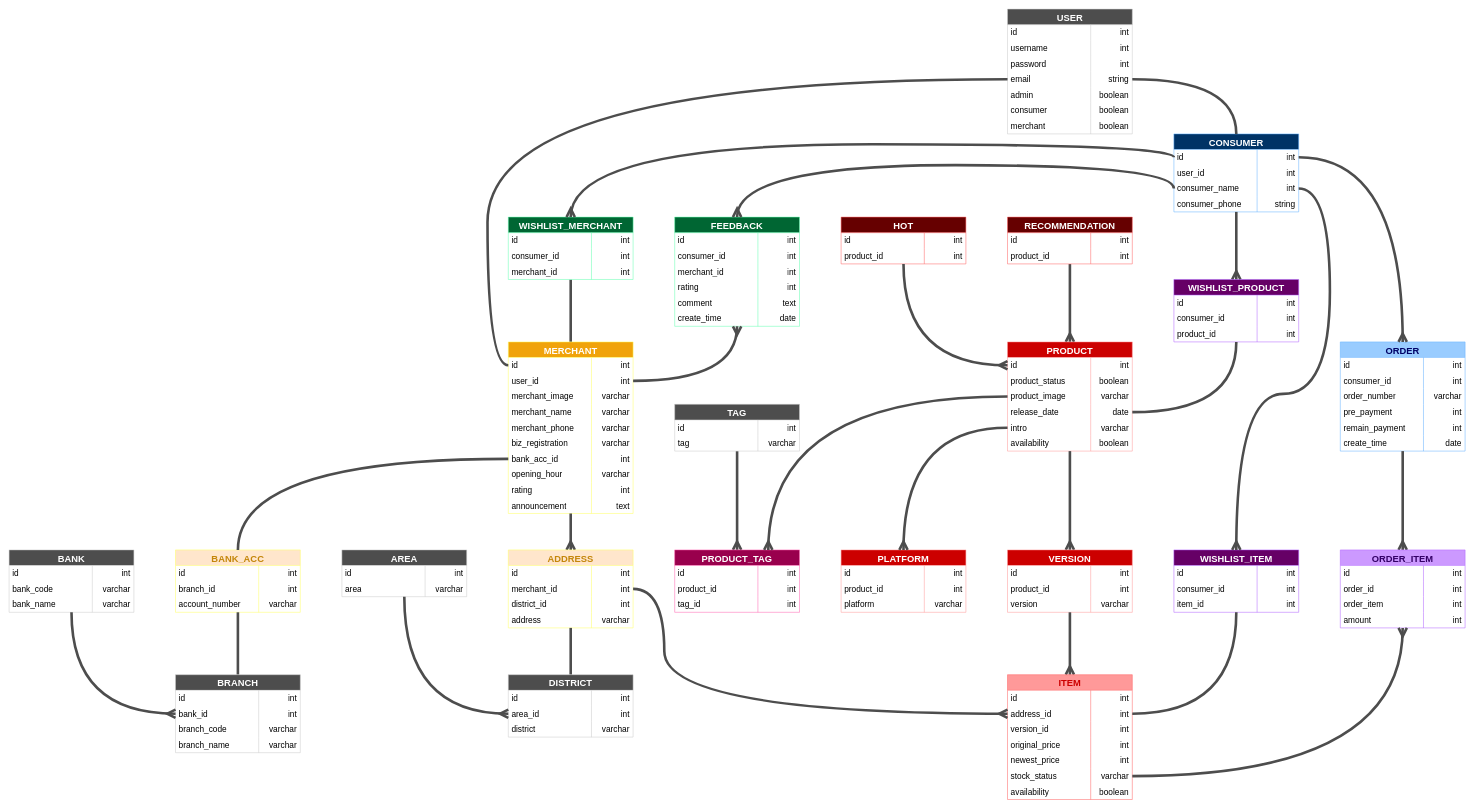
Earlier version of the draw.io diagram guideline/sql_diagram/erd.drawio (Wils0nLin/FRD-Project). Source tidied: cells renumbered, new cells numbered last; positions are measured from the earlier drawing's top-left corner, leaving out a move shared by most shapes. Both pictures are drawn from the tidied source at 52%, with x=0, y=0 at pixel (9, 9).
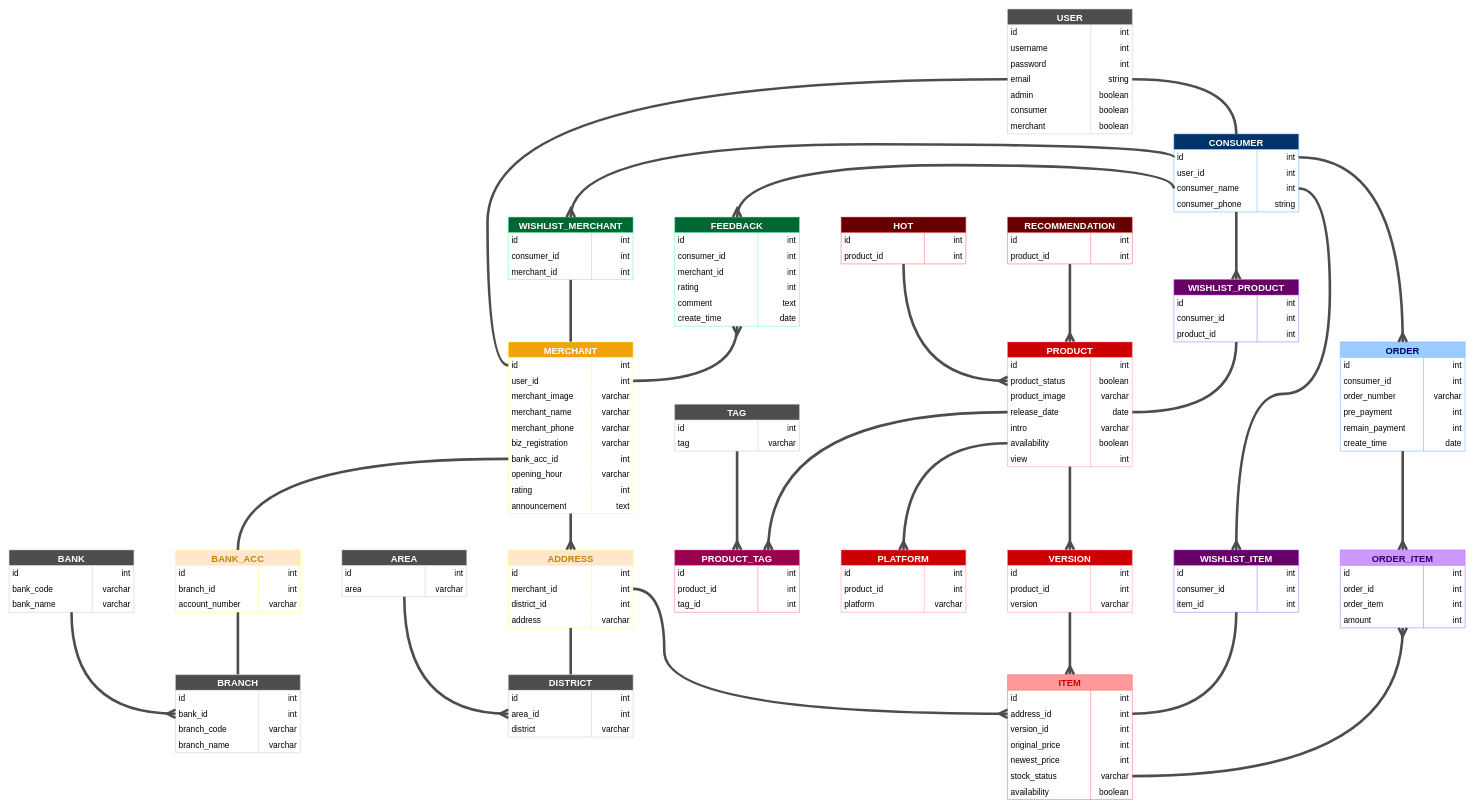
The same diagram, later.

The change refers to these unchanged cells:
```xml
<mxCell id="83" style="shape=tableRow;horizontal=0;startSize=0;swimlaneHead=0;swimlaneBody=0;top=0;left=0;bottom=0;right=0;fillColor=none;points=[[0,0.5],[1,0.5]];portConstraint=eastwest;" parent="82" vertex="1">
  <mxGeometry y="30" width="240" height="30" as="geometry" />
</mxCell>
<mxCell id="86" style="shape=tableRow;horizontal=0;startSize=0;swimlaneHead=0;swimlaneBody=0;top=0;left=0;bottom=0;right=0;fillColor=none;points=[[0,0.5],[1,0.5]];portConstraint=eastwest;" parent="82" vertex="1">
  <mxGeometry y="60" width="240" height="30" as="geometry" />
</mxCell>
<mxCell id="89" style="shape=tableRow;horizontal=0;startSize=0;swimlaneHead=0;swimlaneBody=0;top=0;left=0;bottom=0;right=0;fillColor=none;points=[[0,0.5],[1,0.5]];portConstraint=eastwest;" parent="82" vertex="1">
  <mxGeometry y="90" width="240" height="30" as="geometry" />
</mxCell>
<mxCell id="92" style="shape=tableRow;horizontal=0;startSize=0;swimlaneHead=0;swimlaneBody=0;top=0;left=0;bottom=0;right=0;fillColor=none;points=[[0,0.5],[1,0.5]];portConstraint=eastwest;" parent="82" vertex="1">
  <mxGeometry y="120" width="240" height="30" as="geometry" />
</mxCell>
<mxCell id="95" style="shape=tableRow;horizontal=0;startSize=0;swimlaneHead=0;swimlaneBody=0;top=0;left=0;bottom=0;right=0;fillColor=none;points=[[0,0.5],[1,0.5]];portConstraint=eastwest;" parent="82" vertex="1">
  <mxGeometry y="150" width="240" height="30" as="geometry" />
</mxCell>
<mxCell id="98" style="shape=tableRow;horizontal=0;startSize=0;swimlaneHead=0;swimlaneBody=0;top=0;left=0;bottom=0;right=0;fillColor=none;points=[[0,0.5],[1,0.5]];portConstraint=eastwest;" parent="82" vertex="1">
  <mxGeometry y="180" width="240" height="30" as="geometry" />
</mxCell>
<mxCell id="162" value="HOT" style="shape=table;startSize=30;childLayout=tableLayout;rowLines=0;fontStyle=1;fontSize=18;labelBackgroundColor=none;fillColor=#660000;fontColor=#ffffff;strokeColor=#FF6666;labelBorderColor=none;swimlaneFillColor=default;" parent="1" vertex="1">
  <mxGeometry x="1600" y="400" width="240" height="90" as="geometry" />
</mxCell>
<mxCell id="187" value="PLATFORM" style="shape=table;startSize=30;childLayout=tableLayout;rowLines=0;fontStyle=1;fontSize=18;labelBackgroundColor=none;fillColor=#CC0000;fontColor=#ffffff;strokeColor=#FF9999;swimlaneFillColor=default;" parent="1" vertex="1">
  <mxGeometry x="1600" y="1040" width="240" height="120" as="geometry" />
</mxCell>
<mxCell id="198" value="PRODUCT_TAG" style="shape=table;startSize=30;childLayout=tableLayout;rowLines=0;fontStyle=1;fontSize=18;labelBackgroundColor=none;fillColor=#99004D;fontColor=#ffffff;strokeColor=#FF66B3;swimlaneFillColor=default;" parent="1" vertex="1">
  <mxGeometry x="1280" y="1040" width="240" height="120" as="geometry" />
</mxCell>
```

The edit, as a diff of the source:
```diff
@@
     <mxCell id="82" value="PRODUCT" style="shape=table;startSize=30;childLayout=tableLayout;rowLines=0;fontStyle=1;fontSize=18;labelBackgroundColor=none;fillColor=#CC0000;fontColor=#ffffff;strokeColor=#FF9999;swimlaneFillColor=default;" parent="1" vertex="1">
-      <mxGeometry x="1920" y="640" width="240" height="210" as="geometry" />
+      <mxGeometry x="1920" y="640" width="240" height="240" as="geometry" />
     </mxCell>
@@
+    <mxCell id="331" style="shape=tableRow;horizontal=0;startSize=0;swimlaneHead=0;swimlaneBody=0;top=0;left=0;bottom=0;right=0;fillColor=none;" parent="82" vertex="1">
+      <mxGeometry y="210" width="240" height="30" as="geometry" />
+    </mxCell>
+    <mxCell id="332" value="&amp;nbsp;view" style="shape=partialRectangle;html=1;whiteSpace=wrap;fillColor=none;top=0;left=0;bottom=0;right=0;overflow=hidden;fontSize=16;align=left;" parent="331" vertex="1">
+      <mxGeometry width="160" height="30" as="geometry" />
+    </mxCell>
+    <mxCell id="333" value="int&amp;nbsp;" style="shape=partialRectangle;html=1;whiteSpace=wrap;fillColor=none;top=0;left=0;bottom=0;right=0;align=right;spacingLeft=6;overflow=hidden;fontSize=16;" parent="331" vertex="1">
+      <mxGeometry x="160" width="80" height="30" as="geometry" />
+    </mxCell>
@@
-    <mxCell id="318" style="edgeStyle=orthogonalEdgeStyle;curved=1;html=1;exitX=0;exitY=0.5;exitDx=0;exitDy=0;strokeColor=#4D4D4D;strokeWidth=5;fontSize=16;fontColor=#C4860A;startArrow=ERmany;startFill=0;endArrow=none;endFill=0;startSize=10;endSize=10;" parent="1" edge="1" source="83" target="162">
+    <mxCell id="318" style="edgeStyle=orthogonalEdgeStyle;curved=1;html=1;exitX=0;exitY=0.5;exitDx=0;exitDy=0;strokeColor=#4D4D4D;strokeWidth=5;fontSize=16;fontColor=#C4860A;startArrow=ERmany;startFill=0;endArrow=none;endFill=0;startSize=10;endSize=10;" parent="1" edge="1" source="86" target="162">
       <mxGeometry relative="1" as="geometry" />
     </mxCell>
-    <mxCell id="319" style="edgeStyle=orthogonalEdgeStyle;curved=1;html=1;exitX=0;exitY=0.5;exitDx=0;exitDy=0;entryX=0.5;entryY=0;entryDx=0;entryDy=0;strokeColor=#4D4D4D;strokeWidth=5;fontSize=16;fontColor=#C4860A;startArrow=none;startFill=0;endArrow=ERmany;endFill=0;startSize=10;endSize=10;" parent="1" edge="1" source="95" target="187">
+    <mxCell id="319" style="edgeStyle=orthogonalEdgeStyle;curved=1;html=1;exitX=0;exitY=0.5;exitDx=0;exitDy=0;entryX=0.5;entryY=0;entryDx=0;entryDy=0;strokeColor=#4D4D4D;strokeWidth=5;fontSize=16;fontColor=#C4860A;startArrow=none;startFill=0;endArrow=ERmany;endFill=0;startSize=10;endSize=10;" parent="1" edge="1" source="98" target="187">
       <mxGeometry relative="1" as="geometry" />
     </mxCell>
-    <mxCell id="320" style="edgeStyle=orthogonalEdgeStyle;curved=1;html=1;exitX=0;exitY=0.5;exitDx=0;exitDy=0;entryX=0.75;entryY=0;entryDx=0;entryDy=0;strokeColor=#4D4D4D;strokeWidth=5;fontSize=16;fontColor=#C4860A;startArrow=none;startFill=0;endArrow=ERmany;endFill=0;startSize=10;endSize=10;" parent="1" edge="1" source="89" target="198">
+    <mxCell id="320" style="edgeStyle=orthogonalEdgeStyle;curved=1;html=1;exitX=0;exitY=0.5;exitDx=0;exitDy=0;entryX=0.75;entryY=0;entryDx=0;entryDy=0;strokeColor=#4D4D4D;strokeWidth=5;fontSize=16;fontColor=#C4860A;startArrow=none;startFill=0;endArrow=ERmany;endFill=0;startSize=10;endSize=10;" parent="1" edge="1" source="92" target="198">
       <mxGeometry relative="1" as="geometry" />
     </mxCell>
```
